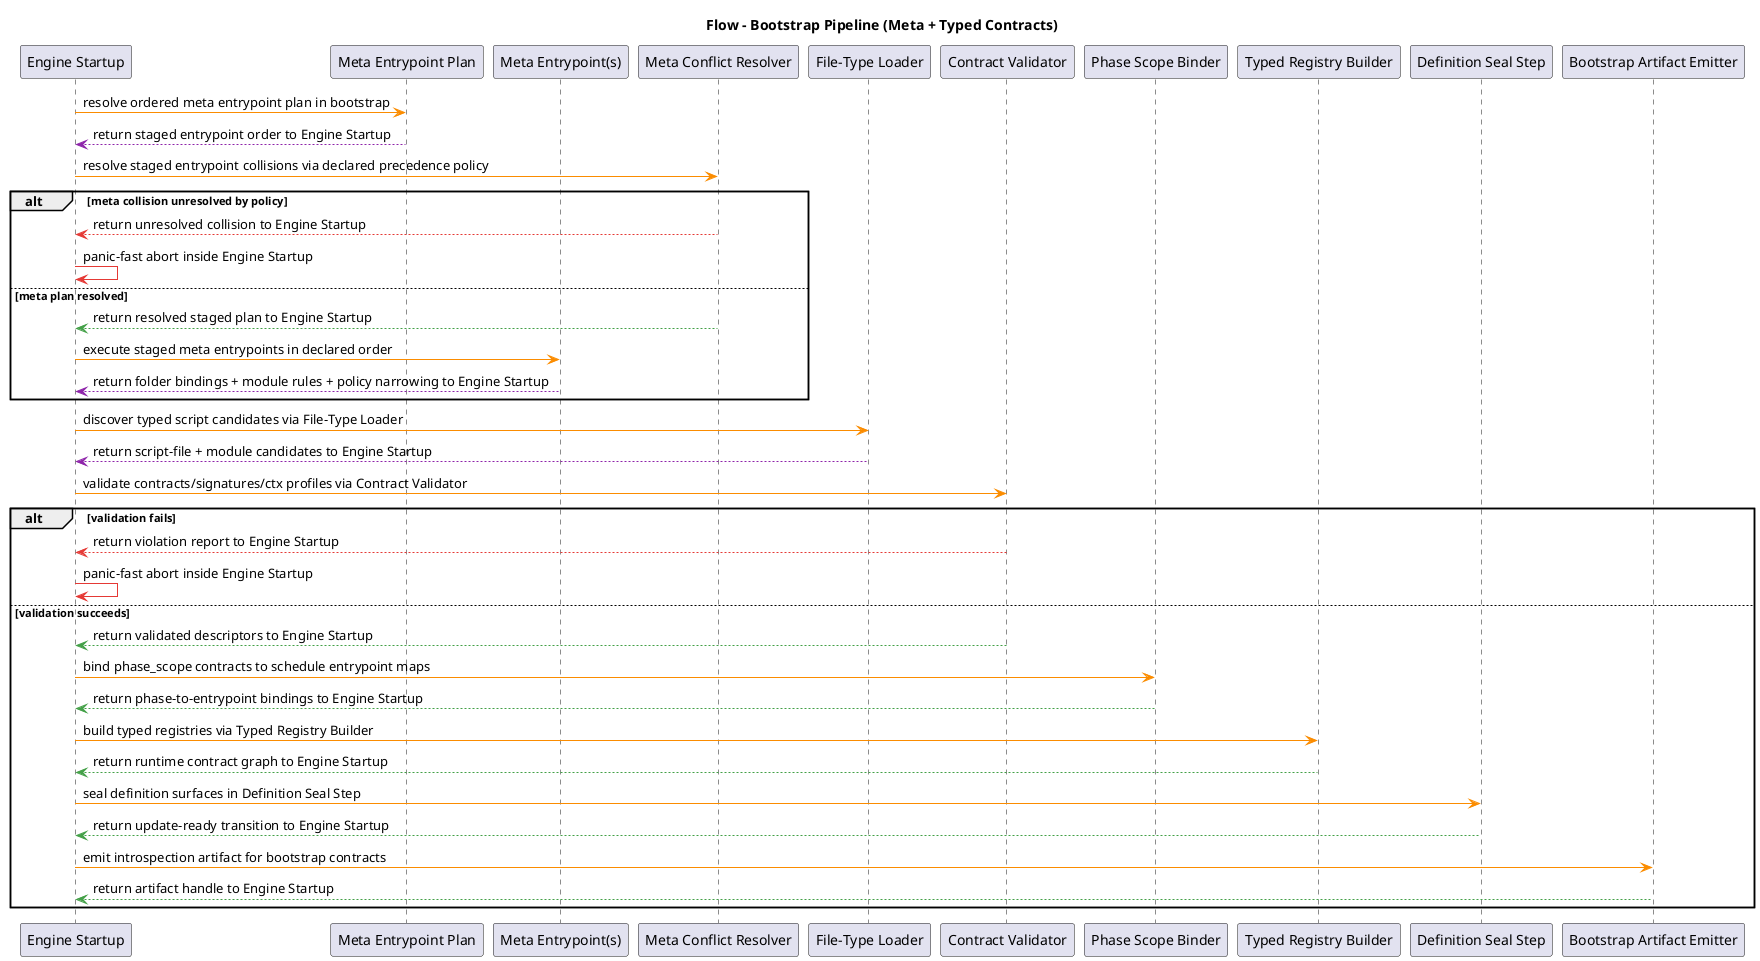
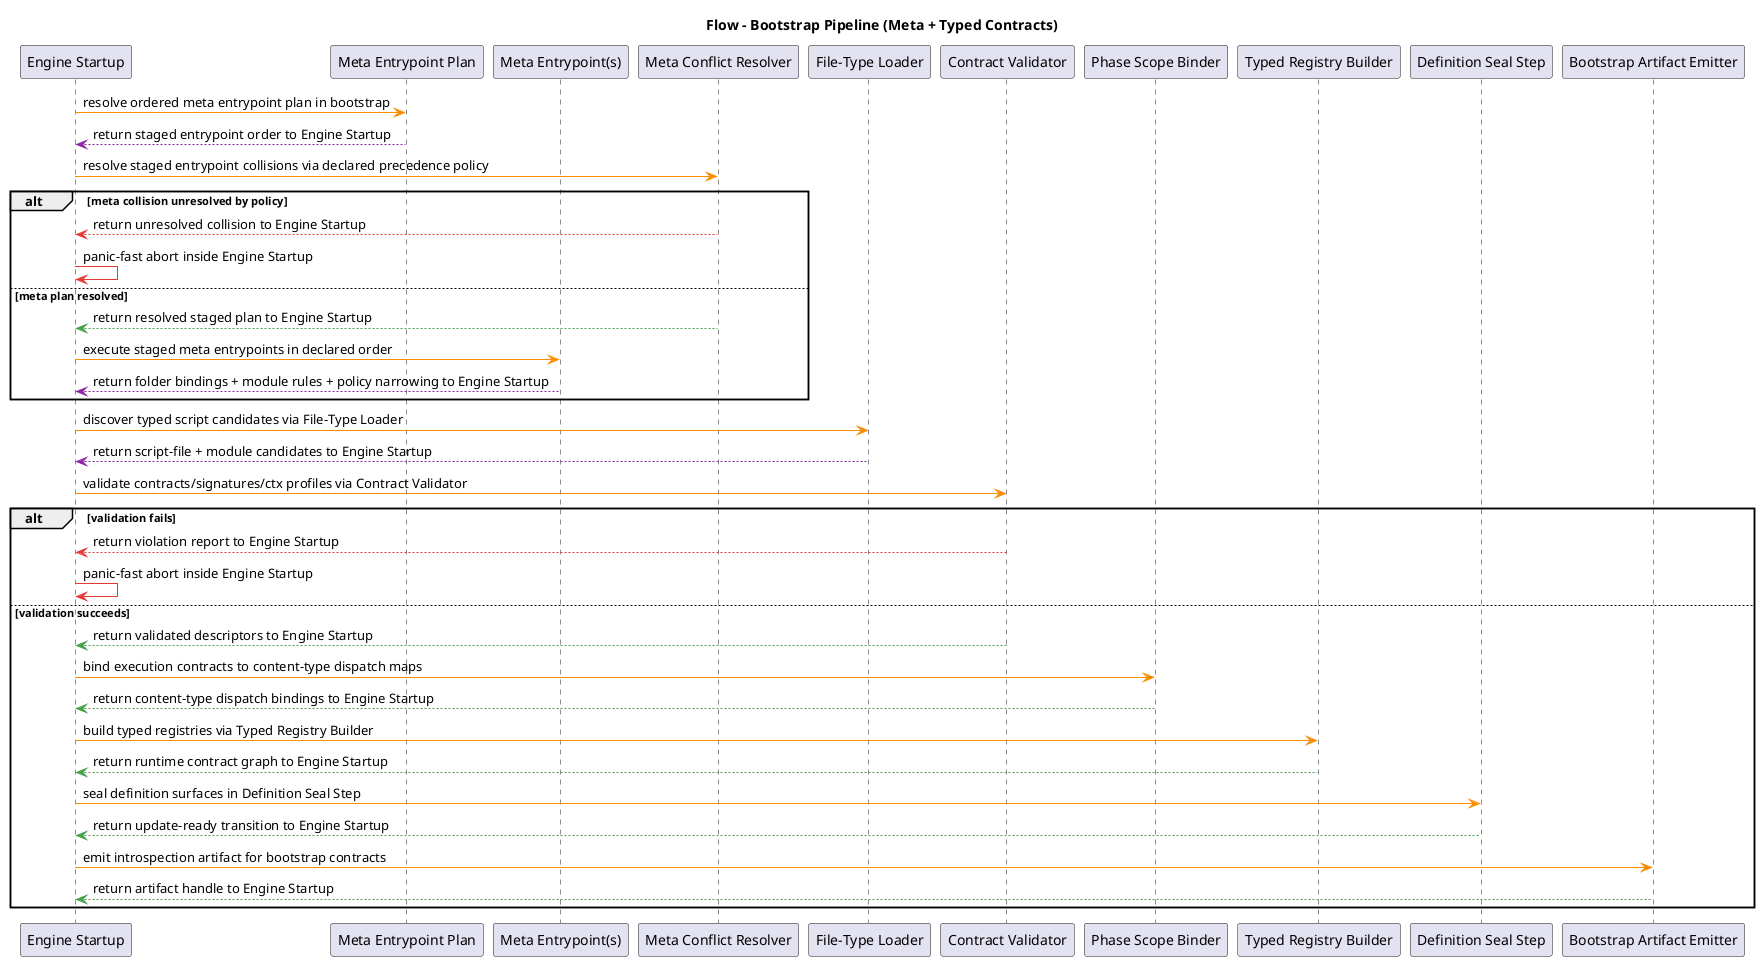
@startuml
title Flow - Bootstrap Pipeline (Meta + Typed Contracts)
participant "Engine Startup" as Engine
participant "Meta Entrypoint Plan" as MetaPlan
participant "Meta Entrypoint(s)" as Meta
participant "Meta Conflict Resolver" as MetaConflict
participant "File-Type Loader" as Loader
participant "Contract Validator" as Validator
participant "Phase Scope Binder" as PhaseBinder
participant "Typed Registry Builder" as Registry
participant "Definition Seal Step" as Seal
participant "Bootstrap Artifact Emitter" as Artifact

Engine -[#FB8C00]> MetaPlan : resolve ordered meta entrypoint plan in bootstrap
MetaPlan -[#8E24AA]--> Engine : return staged entrypoint order to Engine Startup
Engine -[#FB8C00]> MetaConflict : resolve staged entrypoint collisions via declared precedence policy
alt meta collision unresolved by policy
  MetaConflict -[#E53935]--> Engine : return unresolved collision to Engine Startup
  Engine -[#E53935]> Engine : panic-fast abort inside Engine Startup
else meta plan resolved
  MetaConflict -[#43A047]--> Engine : return resolved staged plan to Engine Startup
  Engine -[#FB8C00]> Meta : execute staged meta entrypoints in declared order
  Meta -[#8E24AA]--> Engine : return folder bindings + module rules + policy narrowing to Engine Startup
end
Engine -[#FB8C00]> Loader : discover typed script candidates via File-Type Loader
Loader -[#8E24AA]--> Engine : return script-file + module candidates to Engine Startup
Engine -[#FB8C00]> Validator : validate contracts/signatures/ctx profiles via Contract Validator

alt validation fails
  Validator -[#E53935]--> Engine : return violation report to Engine Startup
  Engine -[#E53935]> Engine : panic-fast abort inside Engine Startup
else validation succeeds
  Validator -[#43A047]--> Engine : return validated descriptors to Engine Startup
-   Engine -[#FB8C00]> PhaseBinder : bind phase_scope contracts to schedule entrypoint maps
-   PhaseBinder -[#43A047]--> Engine : return phase-to-entrypoint bindings to Engine Startup
+   Engine -[#FB8C00]> PhaseBinder : bind execution contracts to content-type dispatch maps
+   PhaseBinder -[#43A047]--> Engine : return content-type dispatch bindings to Engine Startup
  Engine -[#FB8C00]> Registry : build typed registries via Typed Registry Builder
  Registry -[#43A047]--> Engine : return runtime contract graph to Engine Startup
  Engine -[#FB8C00]> Seal : seal definition surfaces in Definition Seal Step
  Seal -[#43A047]--> Engine : return update-ready transition to Engine Startup
  Engine -[#FB8C00]> Artifact : emit introspection artifact for bootstrap contracts
  Artifact -[#43A047]--> Engine : return artifact handle to Engine Startup
end
@enduml
